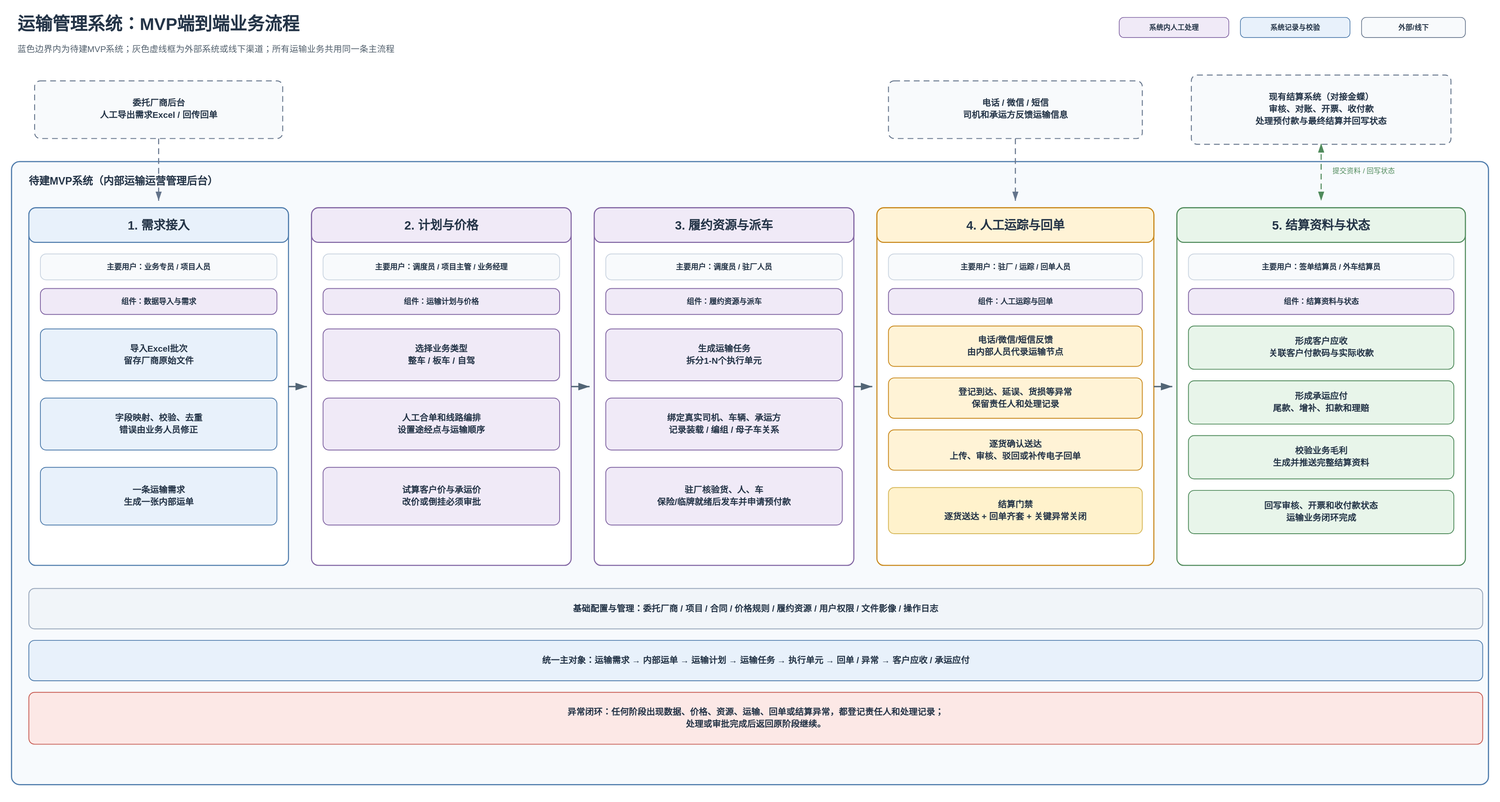
Earlier version of the draw.io export MVP设计/MVP业务流程.drawio.svg (zhpprivate/document). Source tidied: cells renumbered, new cells last; positions are measured from the earlier drawing's top-left corner, leaving out a move shared by most shapes.
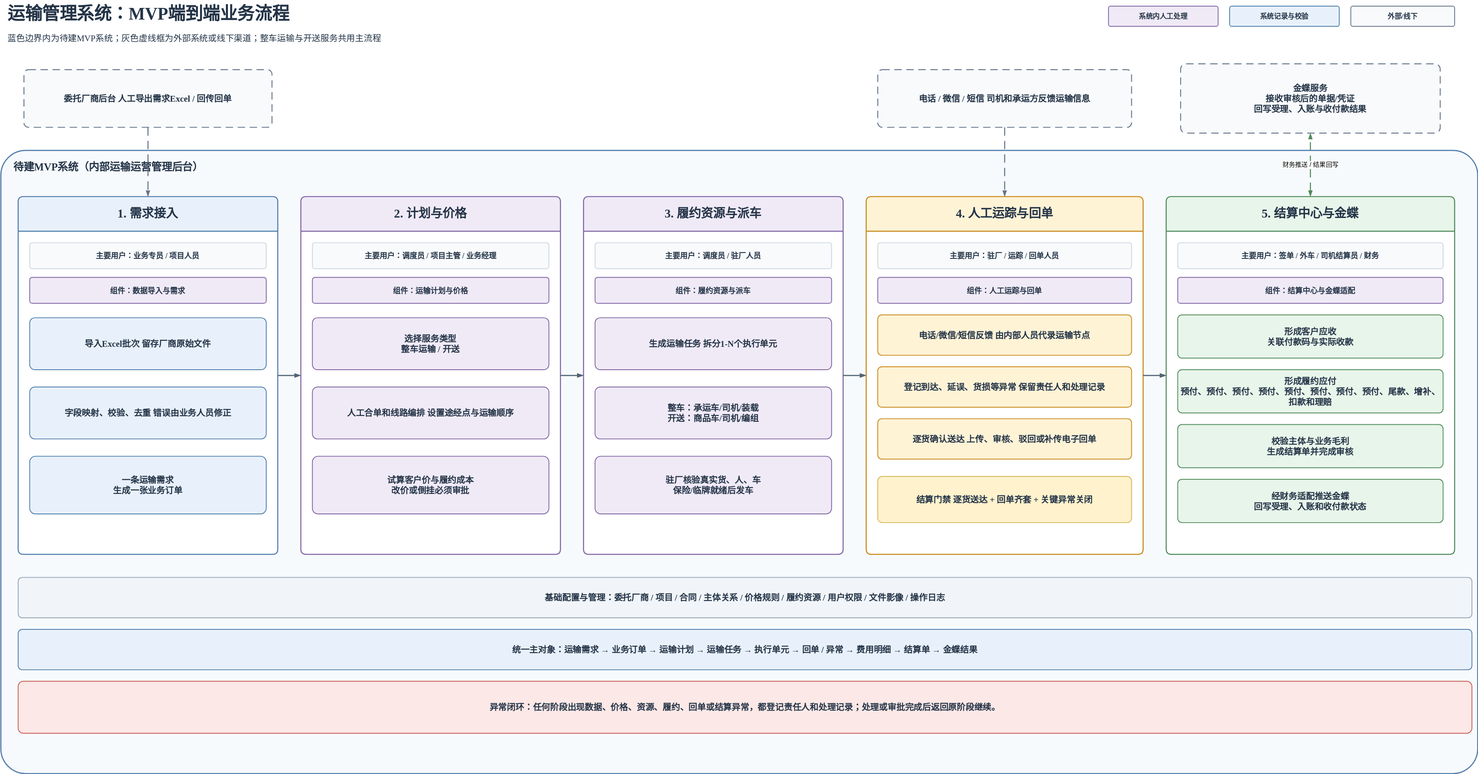
Above is the later version.

Change to the diagram source:
```diff
@@ -7,3 +7,3 @@
     </mxCell>
-    <mxCell id="3" value="蓝色边界内为待建MVP系统；灰色虚线框为外部系统或线下渠道；所有运输业务共用同一条主流程" style="text;html=1;whiteSpace=wrap;strokeColor=none;fillColor=none;fontColor=#243447;fontSize=15;fontFamily=Microsoft YaHei;align=left;verticalAlign=middle;fontStyle=0;" parent="1" vertex="1">
+    <mxCell id="3" value="蓝色边界内为待建MVP系统；灰色虚线框为外部系统或线下渠道；整车运输与开送服务共用主流程" style="text;html=1;whiteSpace=wrap;strokeColor=none;fillColor=none;fontColor=#243447;fontSize=15;fontFamily=Microsoft YaHei;align=left;verticalAlign=middle;fontStyle=0;" parent="1" vertex="1">
       <mxGeometry x="10" y="50" width="1900" height="30" as="geometry" />
@@ -25,3 +25,3 @@
     </mxCell>
-    <mxCell id="9" value="现有结算系统（对接金蝶）&amp;#xa;审核、对账、开票、收付款&amp;#xa;处理预付款与最终结算并回写状态" style="rounded=1;arcSize=8;whiteSpace=wrap;html=1;dashed=1;dashPattern=8 5;fillColor=#F8FAFC;strokeColor=#64748B;strokeWidth=1.6;fontColor=#243447;fontSize=15;fontFamily=Microsoft YaHei;fontStyle=1;align=center;verticalAlign=middle;" parent="1" vertex="1">
+    <mxCell id="9" value="金蝶服务&#10;接收审核后的单据/凭证&#10;回写受理、入账与收付款结果" style="rounded=1;arcSize=8;whiteSpace=wrap;html=1;dashed=1;dashPattern=8 5;fillColor=#F8FAFC;strokeColor=#64748B;strokeWidth=1.6;fontColor=#243447;fontSize=15;fontFamily=Microsoft YaHei;fontStyle=1;align=center;verticalAlign=middle;" parent="1" vertex="1">
       <mxGeometry x="2045" y="110" width="450" height="120" as="geometry" />
@@ -34,14 +34,2 @@
     </mxCell>
-    <mxCell id="12" value="2. 计划与价格" style="swimlane;html=1;startSize=60;horizontal=1;rounded=1;arcSize=5;whiteSpace=wrap;fillColor=#F0EAF7;swimlaneFillColor=#FFFFFF;strokeColor=#8064A2;strokeWidth=1.8;fontColor=#243447;fontSize=21;fontFamily=Microsoft YaHei;fontStyle=1;align=center;verticalAlign=middle;" parent="10" vertex="1">
-      <mxGeometry x="520" y="80" width="450" height="620" as="geometry" />
-    </mxCell>
-    <mxCell id="13" value="3. 履约资源与派车" style="swimlane;html=1;startSize=60;horizontal=1;rounded=1;arcSize=5;whiteSpace=wrap;fillColor=#F0EAF7;swimlaneFillColor=#FFFFFF;strokeColor=#8064A2;strokeWidth=1.8;fontColor=#243447;fontSize=21;fontFamily=Microsoft YaHei;fontStyle=1;align=center;verticalAlign=middle;" parent="10" vertex="1">
-      <mxGeometry x="1010" y="80" width="450" height="620" as="geometry" />
-    </mxCell>
-    <mxCell id="14" value="4. 人工运踪与回单" style="swimlane;html=1;startSize=60;horizontal=1;rounded=1;arcSize=5;whiteSpace=wrap;fillColor=#FFF3D6;swimlaneFillColor=#FFFFFF;strokeColor=#C88719;strokeWidth=1.8;fontColor=#243447;fontSize=21;fontFamily=Microsoft YaHei;fontStyle=1;align=center;verticalAlign=middle;" parent="10" vertex="1">
-      <mxGeometry x="1500" y="80" width="480" height="620" as="geometry" />
-    </mxCell>
-    <mxCell id="15" value="5. 结算资料与状态" style="swimlane;html=1;startSize=60;horizontal=1;rounded=1;arcSize=5;whiteSpace=wrap;fillColor=#E8F5EA;swimlaneFillColor=#FFFFFF;strokeColor=#4F8A5B;strokeWidth=1.8;fontColor=#243447;fontSize=21;fontFamily=Microsoft YaHei;fontStyle=1;align=center;verticalAlign=middle;" parent="10" vertex="1">
-      <mxGeometry x="2020" y="80" width="500" height="620" as="geometry" />
-    </mxCell>
     <mxCell id="16" value="主要用户：业务专员 / 项目人员" style="rounded=1;arcSize=10;whiteSpace=wrap;html=1;fillColor=#F8FAFC;strokeColor=#CBD5E1;strokeWidth=1.4;fontColor=#243447;fontSize=13;fontFamily=Microsoft YaHei;align=center;verticalAlign=middle;fontStyle=1;" parent="11" vertex="1">
@@ -58,5 +46,8 @@
     </mxCell>
-    <mxCell id="20" value="一条运输需求&amp;#xa;生成一张内部运单" style="rounded=1;arcSize=10;whiteSpace=wrap;html=1;fillColor=#E8F1FB;strokeColor=#4F7CAC;strokeWidth=1.4;fontColor=#243447;fontSize=15;fontFamily=Microsoft YaHei;align=center;verticalAlign=middle;fontStyle=1;" parent="11" vertex="1">
+    <mxCell id="20" value="一条运输需求&#10;生成一张业务订单" style="rounded=1;arcSize=10;whiteSpace=wrap;html=1;fillColor=#E8F1FB;strokeColor=#4F7CAC;strokeWidth=1.4;fontColor=#243447;fontSize=15;fontFamily=Microsoft YaHei;align=center;verticalAlign=middle;fontStyle=1;" parent="11" vertex="1">
       <mxGeometry x="20" y="450" width="410" height="100" as="geometry" />
     </mxCell>
+    <mxCell id="12" value="2. 计划与价格" style="swimlane;html=1;startSize=60;horizontal=1;rounded=1;arcSize=5;whiteSpace=wrap;fillColor=#F0EAF7;swimlaneFillColor=#FFFFFF;strokeColor=#8064A2;strokeWidth=1.8;fontColor=#243447;fontSize=21;fontFamily=Microsoft YaHei;fontStyle=1;align=center;verticalAlign=middle;" parent="10" vertex="1">
+      <mxGeometry x="520" y="80" width="450" height="620" as="geometry" />
+    </mxCell>
     <mxCell id="21" value="主要用户：调度员 / 项目主管 / 业务经理" style="rounded=1;arcSize=10;whiteSpace=wrap;html=1;fillColor=#F8FAFC;strokeColor=#CBD5E1;strokeWidth=1.4;fontColor=#243447;fontSize=13;fontFamily=Microsoft YaHei;align=center;verticalAlign=middle;fontStyle=1;" parent="12" vertex="1">
@@ -67,3 +58,3 @@
     </mxCell>
-    <mxCell id="23" value="选择业务类型&amp;#xa;整车 / 板车 / 自驾" style="rounded=1;arcSize=10;whiteSpace=wrap;html=1;fillColor=#F0EAF7;strokeColor=#8064A2;strokeWidth=1.4;fontColor=#243447;fontSize=15;fontFamily=Microsoft YaHei;align=center;verticalAlign=middle;fontStyle=1;" parent="12" vertex="1">
+    <mxCell id="23" value="选择服务类型&#10;整车运输 / 开送" style="rounded=1;arcSize=10;whiteSpace=wrap;html=1;fillColor=#F0EAF7;strokeColor=#8064A2;strokeWidth=1.4;fontColor=#243447;fontSize=15;fontFamily=Microsoft YaHei;align=center;verticalAlign=middle;fontStyle=1;" parent="12" vertex="1">
       <mxGeometry x="20" y="210" width="410" height="90" as="geometry" />
@@ -73,5 +64,8 @@
     </mxCell>
-    <mxCell id="25" value="试算客户价与承运价&amp;#xa;改价或倒挂必须审批" style="rounded=1;arcSize=10;whiteSpace=wrap;html=1;fillColor=#F0EAF7;strokeColor=#8064A2;strokeWidth=1.4;fontColor=#243447;fontSize=15;fontFamily=Microsoft YaHei;align=center;verticalAlign=middle;fontStyle=1;" parent="12" vertex="1">
+    <mxCell id="25" value="试算客户价与履约成本&#10;改价或倒挂必须审批" style="rounded=1;arcSize=10;whiteSpace=wrap;html=1;fillColor=#F0EAF7;strokeColor=#8064A2;strokeWidth=1.4;fontColor=#243447;fontSize=15;fontFamily=Microsoft YaHei;align=center;verticalAlign=middle;fontStyle=1;" parent="12" vertex="1">
       <mxGeometry x="20" y="450" width="410" height="100" as="geometry" />
     </mxCell>
+    <mxCell id="13" value="3. 履约资源与派车" style="swimlane;html=1;startSize=60;horizontal=1;rounded=1;arcSize=5;whiteSpace=wrap;fillColor=#F0EAF7;swimlaneFillColor=#FFFFFF;strokeColor=#8064A2;strokeWidth=1.8;fontColor=#243447;fontSize=21;fontFamily=Microsoft YaHei;fontStyle=1;align=center;verticalAlign=middle;" parent="10" vertex="1">
+      <mxGeometry x="1010" y="80" width="450" height="620" as="geometry" />
+    </mxCell>
     <mxCell id="26" value="主要用户：调度员 / 驻厂人员" style="rounded=1;arcSize=10;whiteSpace=wrap;html=1;fillColor=#F8FAFC;strokeColor=#CBD5E1;strokeWidth=1.4;fontColor=#243447;fontSize=13;fontFamily=Microsoft YaHei;align=center;verticalAlign=middle;fontStyle=1;" parent="13" vertex="1">
@@ -85,8 +79,11 @@
     </mxCell>
-    <mxCell id="29" value="绑定真实司机、车辆、承运方&amp;#xa;记录装载 / 编组 / 母子车关系" style="rounded=1;arcSize=10;whiteSpace=wrap;html=1;fillColor=#F0EAF7;strokeColor=#8064A2;strokeWidth=1.4;fontColor=#243447;fontSize=15;fontFamily=Microsoft YaHei;align=center;verticalAlign=middle;fontStyle=1;" parent="13" vertex="1">
+    <mxCell id="29" value="整车：承运车/司机/装载&#10;开送：商品车/司机/编组" style="rounded=1;arcSize=10;whiteSpace=wrap;html=1;fillColor=#F0EAF7;strokeColor=#8064A2;strokeWidth=1.4;fontColor=#243447;fontSize=15;fontFamily=Microsoft YaHei;align=center;verticalAlign=middle;fontStyle=1;" parent="13" vertex="1">
       <mxGeometry x="20" y="330" width="410" height="90" as="geometry" />
     </mxCell>
-    <mxCell id="30" value="驻厂核验货、人、车&amp;#xa;保险/临牌就绪后发车并申请预付款" style="rounded=1;arcSize=10;whiteSpace=wrap;html=1;fillColor=#F0EAF7;strokeColor=#8064A2;strokeWidth=1.4;fontColor=#243447;fontSize=15;fontFamily=Microsoft YaHei;align=center;verticalAlign=middle;fontStyle=1;" parent="13" vertex="1">
+    <mxCell id="30" value="驻厂核验真实货、人、车&#10;保险/临牌就绪后发车" style="rounded=1;arcSize=10;whiteSpace=wrap;html=1;fillColor=#F0EAF7;strokeColor=#8064A2;strokeWidth=1.4;fontColor=#243447;fontSize=15;fontFamily=Microsoft YaHei;align=center;verticalAlign=middle;fontStyle=1;" parent="13" vertex="1">
       <mxGeometry x="20" y="450" width="410" height="100" as="geometry" />
     </mxCell>
+    <mxCell id="14" value="4. 人工运踪与回单" style="swimlane;html=1;startSize=60;horizontal=1;rounded=1;arcSize=5;whiteSpace=wrap;fillColor=#FFF3D6;swimlaneFillColor=#FFFFFF;strokeColor=#C88719;strokeWidth=1.8;fontColor=#243447;fontSize=21;fontFamily=Microsoft YaHei;fontStyle=1;align=center;verticalAlign=middle;" parent="10" vertex="1">
+      <mxGeometry x="1500" y="80" width="480" height="620" as="geometry" />
+    </mxCell>
     <mxCell id="31" value="主要用户：驻厂 / 运踪 / 回单人员" style="rounded=1;arcSize=10;whiteSpace=wrap;html=1;fillColor=#F8FAFC;strokeColor=#CBD5E1;strokeWidth=1.4;fontColor=#243447;fontSize=13;fontFamily=Microsoft YaHei;align=center;verticalAlign=middle;fontStyle=1;" parent="14" vertex="1">
@@ -109,27 +106,30 @@
     </mxCell>
+    <mxCell id="15" value="5. 结算中心与金蝶" style="swimlane;html=1;startSize=60;horizontal=1;rounded=1;arcSize=5;whiteSpace=wrap;fillColor=#E8F5EA;swimlaneFillColor=#FFFFFF;strokeColor=#4F8A5B;strokeWidth=1.8;fontColor=#243447;fontSize=21;fontFamily=Microsoft YaHei;fontStyle=1;align=center;verticalAlign=middle;" parent="10" vertex="1">
+      <mxGeometry x="2020" y="80" width="500" height="620" as="geometry" />
+    </mxCell>
-    <mxCell id="37" value="主要用户：签单结算员 / 外车结算员" style="rounded=1;arcSize=10;whiteSpace=wrap;html=1;fillColor=#F8FAFC;strokeColor=#CBD5E1;strokeWidth=1.4;fontColor=#243447;fontSize=13;fontFamily=Microsoft YaHei;align=center;verticalAlign=middle;fontStyle=1;" parent="15" vertex="1">
+    <mxCell id="37" value="主要用户：签单 / 外车 / 司机结算员 / 财务" style="rounded=1;arcSize=10;whiteSpace=wrap;html=1;fillColor=#F8FAFC;strokeColor=#CBD5E1;strokeWidth=1.4;fontColor=#243447;fontSize=13;fontFamily=Microsoft YaHei;align=center;verticalAlign=middle;fontStyle=1;" parent="15" vertex="1">
       <mxGeometry x="20" y="80" width="460" height="45" as="geometry" />
     </mxCell>
-    <mxCell id="38" value="组件：结算资料与状态" style="rounded=1;arcSize=10;whiteSpace=wrap;html=1;fillColor=#F0EAF7;strokeColor=#8064A2;strokeWidth=1.4;fontColor=#243447;fontSize=13;fontFamily=Microsoft YaHei;align=center;verticalAlign=middle;fontStyle=1;" parent="15" vertex="1">
+    <mxCell id="38" value="组件：结算中心与金蝶适配" style="rounded=1;arcSize=10;whiteSpace=wrap;html=1;fillColor=#F0EAF7;strokeColor=#8064A2;strokeWidth=1.4;fontColor=#243447;fontSize=13;fontFamily=Microsoft YaHei;align=center;verticalAlign=middle;fontStyle=1;" parent="15" vertex="1">
       <mxGeometry x="20" y="140" width="460" height="45" as="geometry" />
     </mxCell>
-    <mxCell id="39" value="形成客户应收&amp;#xa;关联客户付款码与实际收款" style="rounded=1;arcSize=10;whiteSpace=wrap;html=1;fillColor=#E8F5EA;strokeColor=#4F8A5B;strokeWidth=1.4;fontColor=#243447;fontSize=15;fontFamily=Microsoft YaHei;align=center;verticalAlign=middle;fontStyle=1;" parent="15" vertex="1">
+    <mxCell id="39" value="形成客户应收&#10;关联付款码与实际收款" style="rounded=1;arcSize=10;whiteSpace=wrap;html=1;fillColor=#E8F5EA;strokeColor=#4F8A5B;strokeWidth=1.4;fontColor=#243447;fontSize=15;fontFamily=Microsoft YaHei;align=center;verticalAlign=middle;fontStyle=1;" parent="15" vertex="1">
       <mxGeometry x="20" y="205" width="460" height="75" as="geometry" />
     </mxCell>
-    <mxCell id="40" value="形成承运应付&amp;#xa;尾款、增补、扣款和理赔" style="rounded=1;arcSize=10;whiteSpace=wrap;html=1;fillColor=#E8F5EA;strokeColor=#4F8A5B;strokeWidth=1.4;fontColor=#243447;fontSize=15;fontFamily=Microsoft YaHei;align=center;verticalAlign=middle;fontStyle=1;" parent="15" vertex="1">
+    <mxCell id="40" value="形成履约应付&#10;预付、尾款、增补、扣款和理赔" style="rounded=1;arcSize=10;whiteSpace=wrap;html=1;fillColor=#E8F5EA;strokeColor=#4F8A5B;strokeWidth=1.4;fontColor=#243447;fontSize=15;fontFamily=Microsoft YaHei;align=center;verticalAlign=middle;fontStyle=1;" parent="15" vertex="1">
       <mxGeometry x="20" y="300" width="460" height="75" as="geometry" />
     </mxCell>
-    <mxCell id="41" value="校验业务毛利&amp;#xa;生成并推送完整结算资料" style="rounded=1;arcSize=10;whiteSpace=wrap;html=1;fillColor=#E8F5EA;strokeColor=#4F8A5B;strokeWidth=1.4;fontColor=#243447;fontSize=15;fontFamily=Microsoft YaHei;align=center;verticalAlign=middle;fontStyle=1;" parent="15" vertex="1">
+    <mxCell id="41" value="校验主体与业务毛利&#10;生成结算单并完成审核" style="rounded=1;arcSize=10;whiteSpace=wrap;html=1;fillColor=#E8F5EA;strokeColor=#4F8A5B;strokeWidth=1.4;fontColor=#243447;fontSize=15;fontFamily=Microsoft YaHei;align=center;verticalAlign=middle;fontStyle=1;" parent="15" vertex="1">
       <mxGeometry x="20" y="395" width="460" height="75" as="geometry" />
     </mxCell>
-    <mxCell id="42" value="回写审核、开票和收付款状态&amp;#xa;运输业务闭环完成" style="rounded=1;arcSize=10;whiteSpace=wrap;html=1;fillColor=#E8F5EA;strokeColor=#4F8A5B;strokeWidth=1.4;fontColor=#243447;fontSize=15;fontFamily=Microsoft YaHei;align=center;verticalAlign=middle;fontStyle=1;" parent="15" vertex="1">
+    <mxCell id="42" value="经财务适配推送金蝶&#10;回写受理、入账和收付款状态" style="rounded=1;arcSize=10;whiteSpace=wrap;html=1;fillColor=#E8F5EA;strokeColor=#4F8A5B;strokeWidth=1.4;fontColor=#243447;fontSize=15;fontFamily=Microsoft YaHei;align=center;verticalAlign=middle;fontStyle=1;" parent="15" vertex="1">
       <mxGeometry x="20" y="490" width="460" height="75" as="geometry" />
     </mxCell>
-    <mxCell id="43" value="基础配置与管理：委托厂商 / 项目 / 合同 / 价格规则 / 履约资源 / 用户权限 / 文件影像 / 操作日志" style="rounded=1;arcSize=10;whiteSpace=wrap;html=1;fillColor=#F1F5F9;strokeColor=#94A3B8;strokeWidth=1.4;fontColor=#243447;fontSize=15;fontFamily=Microsoft YaHei;align=center;verticalAlign=middle;fontStyle=1;" parent="10" vertex="1">
+    <mxCell id="43" value="基础配置与管理：委托厂商 / 项目 / 合同 / 主体关系 / 价格规则 / 履约资源 / 用户权限 / 文件影像 / 操作日志" style="rounded=1;arcSize=10;whiteSpace=wrap;html=1;fillColor=#F1F5F9;strokeColor=#94A3B8;strokeWidth=1.4;fontColor=#243447;fontSize=15;fontFamily=Microsoft YaHei;align=center;verticalAlign=middle;fontStyle=1;" parent="10" vertex="1">
       <mxGeometry x="30" y="740" width="2520" height="70" as="geometry" />
     </mxCell>
-    <mxCell id="44" value="统一主对象：运输需求 → 内部运单 → 运输计划 → 运输任务 → 执行单元 → 回单 / 异常 → 客户应收 / 承运应付" style="rounded=1;arcSize=10;whiteSpace=wrap;html=1;fillColor=#E8F1FB;strokeColor=#4F7CAC;strokeWidth=1.4;fontColor=#243447;fontSize=15;fontFamily=Microsoft YaHei;align=center;verticalAlign=middle;fontStyle=1;" parent="10" vertex="1">
+    <mxCell id="44" value="统一主对象：运输需求 → 业务订单 → 运输计划 → 运输任务 → 执行单元 → 回单 / 异常 → 费用明细 → 结算单 → 金蝶结果" style="rounded=1;arcSize=10;whiteSpace=wrap;html=1;fillColor=#E8F1FB;strokeColor=#4F7CAC;strokeWidth=1.4;fontColor=#243447;fontSize=15;fontFamily=Microsoft YaHei;align=center;verticalAlign=middle;fontStyle=1;" parent="10" vertex="1">
       <mxGeometry x="30" y="830" width="2520" height="70" as="geometry" />
     </mxCell>
-    <mxCell id="45" value="异常闭环：任何阶段出现数据、价格、资源、运输、回单或结算异常，都登记责任人和处理记录；处理或审批完成后返回原阶段继续。" style="rounded=1;arcSize=10;whiteSpace=wrap;html=1;fillColor=#FCE8E6;strokeColor=#C75B52;strokeWidth=1.4;fontColor=#243447;fontSize=15;fontFamily=Microsoft YaHei;align=center;verticalAlign=middle;fontStyle=1;" parent="10" vertex="1">
+    <mxCell id="45" value="异常闭环：任何阶段出现数据、价格、资源、履约、回单或结算异常，都登记责任人和处理记录；处理或审批完成后返回原阶段继续。" style="rounded=1;arcSize=10;whiteSpace=wrap;html=1;fillColor=#FCE8E6;strokeColor=#C75B52;strokeWidth=1.4;fontColor=#243447;fontSize=15;fontFamily=Microsoft YaHei;align=center;verticalAlign=middle;fontStyle=1;" parent="10" vertex="1">
       <mxGeometry x="30" y="920" width="2520" height="90" as="geometry" />
@@ -154,3 +154,3 @@
     </mxCell>
-    <mxCell id="52" value="提交资料 / 回写状态" style="edgeStyle=orthogonalEdgeStyle;rounded=1;jettySize=auto;html=1;strokeColor=#4F8A5B;strokeWidth=1.8;dashed=1;dashPattern=8 5;startArrow=blockThin;startFill=1;endArrow=blockThin;endFill=1;exitX=0.5;exitY=0;entryX=0.5;entryY=1;" parent="1" edge="1" source="15" target="9">
+    <mxCell id="52" value="财务推送 / 结果回写" style="edgeStyle=orthogonalEdgeStyle;rounded=1;jettySize=auto;html=1;strokeColor=#4F8A5B;strokeWidth=1.8;dashed=1;dashPattern=8 5;startArrow=blockThin;startFill=1;endArrow=blockThin;endFill=1;exitX=0.5;exitY=0;entryX=0.5;entryY=1;" parent="1" edge="1" source="15" target="9">
       <mxGeometry relative="1" as="geometry" />
```
